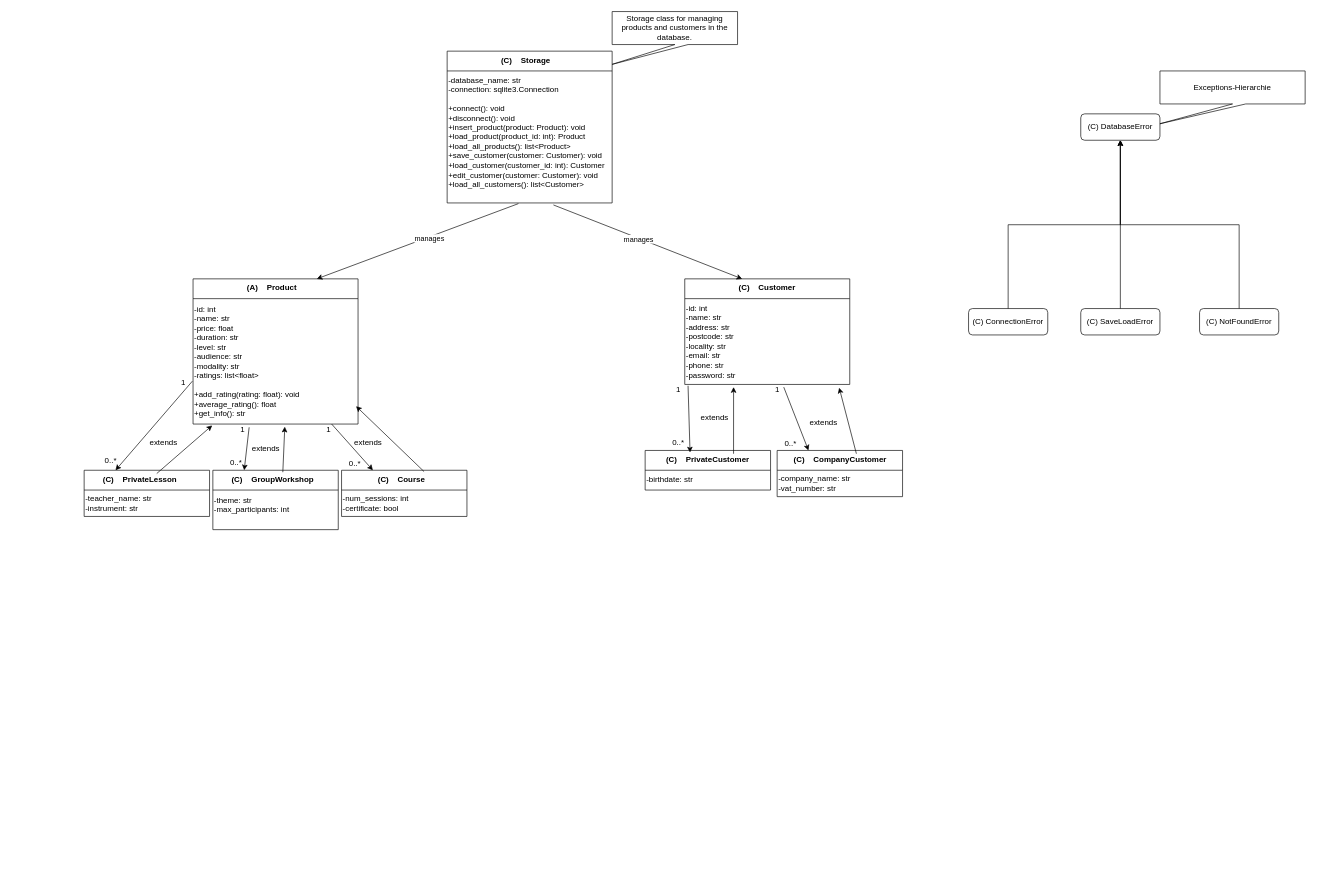
Before: 04_Objektorientierte_Programmierung_Fundamentals/diagrams/Lasave_KMS+_04_LE_03_02_liliwelt_UML.drawio in liliana-lasave/Liliana-Lasave-Codes, a draw.io diagram. Source tidied: cells renumbered, new cells numbered last; positions are measured from the earlier drawing's top-left corner, leaving out a move shared by most shapes. Both pictures are drawn from the tidied source at 66%, with x=0, y=0 at pixel (84, 11).
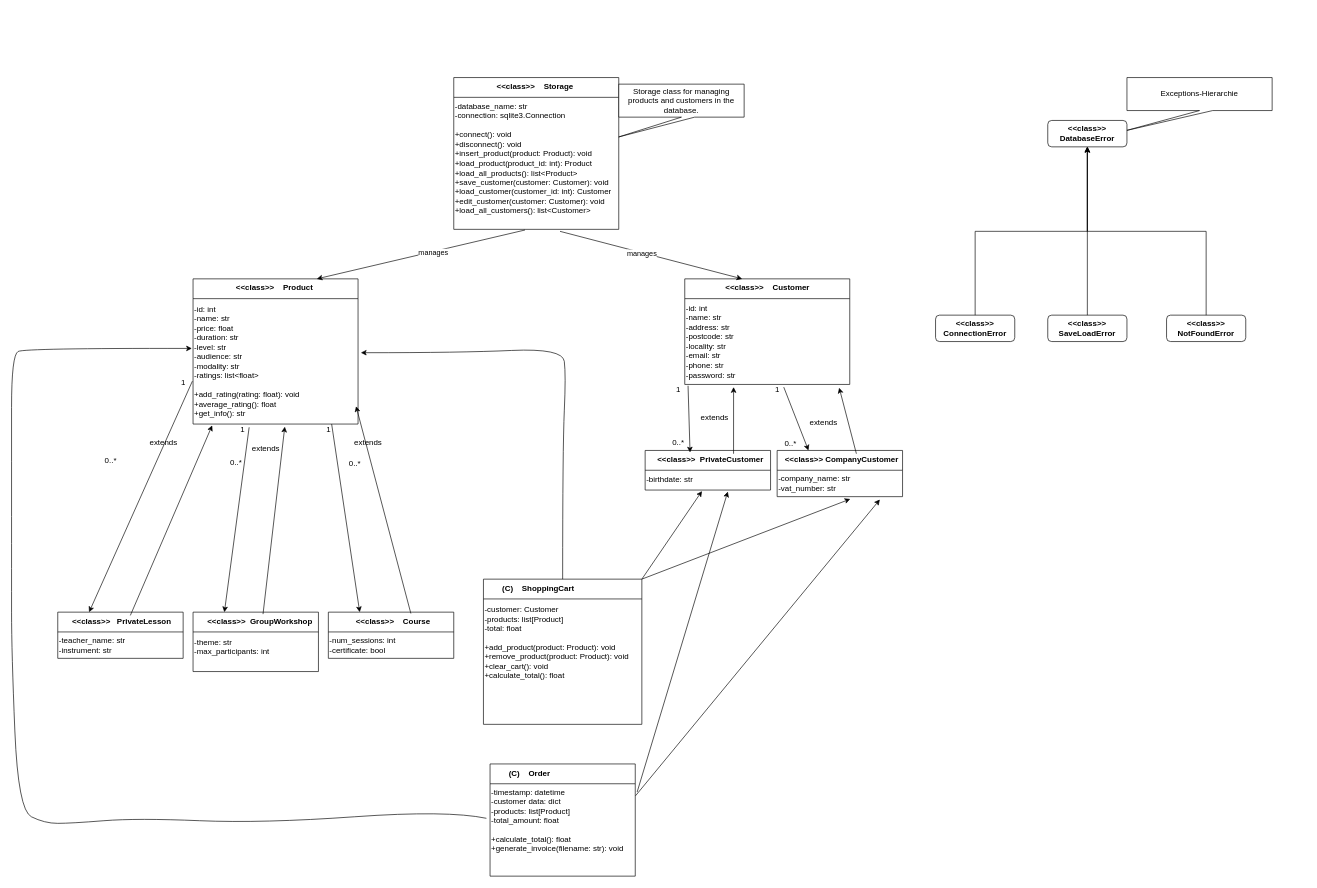
Above is the later version.

Commit message (it also covers changes not shown here):
Implement full OOP structure for my  online-shop: customer management, product hierarchy, shopping cart and order system

The change refers to these unchanged cells:
```xml
<mxCell id="12" value="&lt;div&gt;&lt;div&gt;-id: int&lt;/div&gt;&lt;div&gt;-name: str&lt;/div&gt;&lt;div&gt;-price: float&lt;/div&gt;&lt;div&gt;-duration: str&lt;/div&gt;&lt;div&gt;-level: str&lt;/div&gt;&lt;div&gt;-audience: str&lt;/div&gt;&lt;div&gt;-modality: str&lt;/div&gt;&lt;div&gt;-ratings: list&amp;lt;float&amp;gt;&lt;/div&gt;&lt;div&gt;&lt;br&gt;&lt;/div&gt;&lt;div&gt;+add_rating(rating: float): void&lt;/div&gt;&lt;div&gt;+average_rating(): float&lt;/div&gt;&lt;div&gt;+get_info(): str&lt;/div&gt;&lt;/div&gt;" style="text;html=1;align=left;verticalAlign=middle;points=[];strokeColor=none;fillColor=none;" parent="11" vertex="1">
  <mxGeometry y="30" width="250" height="190" as="geometry" />
</mxCell>
<mxCell id="22" value="&lt;div&gt;-birthdate: str&lt;/div&gt;" style="text;html=1;align=left;verticalAlign=middle;points=[];strokeColor=none;fillColor=none;" parent="21" vertex="1">
  <mxGeometry y="30" width="190" height="30" as="geometry" />
</mxCell>
<mxCell id="24" value="&lt;div&gt;&lt;div&gt;-company_name: str&lt;/div&gt;&lt;div&gt;-vat_number: str&lt;/div&gt;&lt;/div&gt;" style="text;html=1;align=left;verticalAlign=middle;points=[];strokeColor=none;fillColor=none;" parent="23" vertex="1">
  <mxGeometry y="30" width="190" height="40" as="geometry" />
</mxCell>
```

What changed in the source:
```diff
@@
-    <mxCell id="2" value="                        (C)    Storage" style="swimlane;align=left;verticalAlign=top;horizontal=1;startSize=30;whiteSpace=wrap;" parent="1" vertex="1">
-      <mxGeometry x="550" y="60" width="250" height="230" as="geometry" />
+    <mxCell id="2" value="                   &lt;&lt;class&gt;&gt;    Storage" style="swimlane;align=left;verticalAlign=top;horizontal=1;startSize=30;whiteSpace=wrap;" parent="1" vertex="1">
+      <mxGeometry x="560" y="100" width="250" height="230" as="geometry" />
     </mxCell>
@@
-    <mxCell id="4" value="(C) DatabaseError" style="rounded=1;whiteSpace=wrap;html=1;" parent="1" vertex="1">
-      <mxGeometry x="1510" y="155" width="120" height="40" as="geometry" />
+    <mxCell id="4" value="&lt;b&gt;&amp;lt;&amp;lt;class&amp;gt;&amp;gt; DatabaseError&lt;/b&gt;" style="rounded=1;whiteSpace=wrap;html=1;" parent="1" vertex="1">
+      <mxGeometry x="1460" y="165" width="120" height="40" as="geometry" />
     </mxCell>
-    <mxCell id="5" value="(C) ConnectionError" style="rounded=1;whiteSpace=wrap;html=1;" parent="1" vertex="1">
-      <mxGeometry x="1340" y="450" width="120" height="40" as="geometry" />
+    <mxCell id="5" value="&lt;b&gt;&amp;lt;&amp;lt;class&amp;gt;&amp;gt; ConnectionError&lt;/b&gt;" style="rounded=1;whiteSpace=wrap;html=1;" parent="1" vertex="1">
+      <mxGeometry x="1290" y="460" width="120" height="40" as="geometry" />
     </mxCell>
-    <mxCell id="6" value="(C) SaveLoadError" style="rounded=1;whiteSpace=wrap;html=1;" parent="1" vertex="1">
-      <mxGeometry x="1510" y="450" width="120" height="40" as="geometry" />
+    <mxCell id="6" value="&lt;b&gt;&amp;lt;&amp;lt;class&amp;gt;&amp;gt;&lt;/b&gt;&lt;div&gt;&lt;b&gt;SaveLoadError&lt;/b&gt;&lt;/div&gt;" style="rounded=1;whiteSpace=wrap;html=1;" parent="1" vertex="1">
+      <mxGeometry x="1460" y="460" width="120" height="40" as="geometry" />
     </mxCell>
-    <mxCell id="7" value="(C) NotFoundError" style="rounded=1;whiteSpace=wrap;html=1;" parent="1" vertex="1">
-      <mxGeometry x="1690" y="450" width="120" height="40" as="geometry" />
+    <mxCell id="7" value="&lt;b&gt;&amp;lt;&amp;lt;class&amp;gt;&amp;gt;&lt;/b&gt;&lt;div&gt;&lt;b&gt;NotFoundError&lt;/b&gt;&lt;/div&gt;" style="rounded=1;whiteSpace=wrap;html=1;" parent="1" vertex="1">
+      <mxGeometry x="1640" y="460" width="120" height="40" as="geometry" />
     </mxCell>
     <mxCell id="8" style="edgeStyle=orthogonalEdgeStyle;rounded=0;jettySize=auto;html=1;exitX=0.5;exitY=0;exitDx=0;exitDy=0;entryX=0.5;entryY=1;entryDx=0;entryDy=0;" parent="1" edge="1" source="5" target="4">
       <mxGeometry relative="1" as="geometry">
         <Array as="points">
-          <mxPoint x="1400" y="323" />
-          <mxPoint x="1570" y="323" />
+          <mxPoint x="1350" y="333" />
+          <mxPoint x="1520" y="333" />
         </Array>
       </mxGeometry>
     </mxCell>
@@
     <mxCell id="10" style="edgeStyle=orthogonalEdgeStyle;rounded=0;jettySize=auto;html=1;exitX=0.5;exitY=0;exitDx=0;exitDy=0;entryX=0.5;entryY=1;entryDx=0;entryDy=0;" parent="1" edge="1" source="7" target="4">
       <mxGeometry relative="1" as="geometry">
         <Array as="points">
-          <mxPoint x="1750" y="323" />
-          <mxPoint x="1570" y="323" />
-          <mxPoint x="1570" y="195" />
+          <mxPoint x="1700" y="333" />
+          <mxPoint x="1520" y="333" />
+          <mxPoint x="1520" y="205" />
         </Array>
       </mxGeometry>
     </mxCell>
-    <mxCell id="11" value="                        (A)    Product" style="swimlane;align=left;verticalAlign=top;horizontal=1;startSize=30;whiteSpace=wrap;" parent="1" vertex="1">
+    <mxCell id="11" value="                   &lt;&lt;class&gt;&gt;    Product" style="swimlane;align=left;verticalAlign=top;horizontal=1;startSize=30;whiteSpace=wrap;" parent="1" vertex="1">
       <mxGeometry x="165" y="405" width="250" height="220" as="geometry" />
     </mxCell>
@@
-    <mxCell id="13" value="        (C)    PrivateLesson" style="swimlane;align=left;verticalAlign=top;horizontal=1;startSize=30;whiteSpace=wrap;" parent="1" vertex="1">
-      <mxGeometry y="695" width="190" height="70" as="geometry" />
+    <mxCell id="13" value="      &lt;&lt;class&gt;&gt;   PrivateLesson" style="swimlane;align=left;verticalAlign=top;horizontal=1;startSize=30;whiteSpace=wrap;" parent="1" vertex="1">
+      <mxGeometry x="-40" y="910" width="190" height="70" as="geometry" />
     </mxCell>
@@
-    <mxCell id="15" value="        (C)    GroupWorkshop" style="swimlane;align=left;verticalAlign=top;horizontal=1;startSize=30;whiteSpace=wrap;" parent="1" vertex="1">
-      <mxGeometry x="195" y="695" width="190" height="90" as="geometry" />
+    <mxCell id="15" value="      &lt;&lt;class&gt;&gt;  GroupWorkshop" style="swimlane;align=left;verticalAlign=top;horizontal=1;startSize=30;whiteSpace=wrap;" parent="1" vertex="1">
+      <mxGeometry x="165" y="910" width="190" height="90" as="geometry" />
     </mxCell>
@@
-    <mxCell id="17" value="                (C)    Course" style="swimlane;align=left;verticalAlign=top;horizontal=1;startSize=30;whiteSpace=wrap;" parent="1" vertex="1">
-      <mxGeometry x="390" y="695" width="190" height="70" as="geometry" />
+    <mxCell id="17" value="            &lt;&lt;class&gt;&gt;    Course" style="swimlane;align=left;verticalAlign=top;horizontal=1;startSize=30;whiteSpace=wrap;" parent="1" vertex="1">
+      <mxGeometry x="370" y="910" width="190" height="70" as="geometry" />
     </mxCell>
@@
-    <mxCell id="19" value="                        (C)    Customer" style="swimlane;align=left;verticalAlign=top;horizontal=1;startSize=30;whiteSpace=wrap;" parent="1" vertex="1">
+    <mxCell id="19" value="                  &lt;&lt;class&gt;&gt;    Customer" style="swimlane;align=left;verticalAlign=top;horizontal=1;startSize=30;whiteSpace=wrap;" parent="1" vertex="1">
       <mxGeometry x="910" y="405" width="250" height="160" as="geometry" />
     </mxCell>
@@
-    <mxCell id="21" value="         (C)    PrivateCustomer" style="swimlane;align=left;verticalAlign=top;horizontal=1;startSize=30;whiteSpace=wrap;" parent="1" vertex="1">
+    <mxCell id="21" value="     &lt;&lt;class&gt;&gt;  PrivateCustomer" style="swimlane;align=left;verticalAlign=top;horizontal=1;startSize=30;whiteSpace=wrap;" parent="1" vertex="1">
       <mxGeometry x="850" y="665" width="190" height="60" as="geometry" />
     </mxCell>
@@
-    <mxCell id="23" value="       (C)    CompanyCustomer" style="swimlane;align=left;verticalAlign=top;horizontal=1;startSize=30;whiteSpace=wrap;" parent="1" vertex="1">
+    <mxCell id="23" value="   &lt;&lt;class&gt;&gt; CompanyCustomer" style="swimlane;align=left;verticalAlign=top;horizontal=1;startSize=30;whiteSpace=wrap;" parent="1" vertex="1">
       <mxGeometry x="1050" y="665" width="190" height="70" as="geometry" />
     </mxCell>
@@
     <mxCell id="25" value="Storage class for managing products and customers in the database." style="shape=callout;whiteSpace=wrap;html=1;perimeter=calloutPerimeter;position2=0;" parent="1" vertex="1">
-      <mxGeometry x="800" width="190" height="80" as="geometry" />
+      <mxGeometry x="810" y="110" width="190" height="80" as="geometry" />
     </mxCell>
@@
     <mxCell id="55" value="Exceptions-Hierarchie" style="shape=callout;whiteSpace=wrap;html=1;perimeter=calloutPerimeter;position2=0;" parent="1" vertex="1">
-      <mxGeometry x="1630" y="90" width="220" height="80" as="geometry" />
+      <mxGeometry x="1580" y="100" width="220" height="80" as="geometry" />
     </mxCell>
+    <mxCell id="56" value="        (C)    ShoppingCart" style="swimlane;align=left;verticalAlign=top;horizontal=1;startSize=30;whiteSpace=wrap;" parent="1" vertex="1">
+      <mxGeometry x="605" y="860" width="240" height="220" as="geometry" />
+    </mxCell>
+    <mxCell id="57" value="&lt;div&gt;&lt;div&gt;-customer: Customer&lt;/div&gt;&lt;div&gt;-products: list[Product]&lt;/div&gt;&lt;/div&gt;&lt;div&gt;-total: float&lt;/div&gt;&lt;div&gt;&lt;br&gt;&lt;/div&gt;&lt;div&gt;+add_product(product: Product): void&lt;/div&gt;&lt;div&gt;+remove_product(product: Product): void&lt;/div&gt;&lt;div&gt;+clear_cart(): void&lt;/div&gt;&lt;div&gt;+calculate_total(): float&lt;/div&gt;&lt;div&gt;&lt;br&gt;&lt;/div&gt;&lt;div&gt;&lt;br&gt;&lt;/div&gt;&lt;div&gt;&lt;br&gt;&lt;/div&gt;&lt;div&gt;&lt;br&gt;&lt;/div&gt;" style="text;html=1;align=left;verticalAlign=middle;strokeColor=none;fillColor=none;" parent="56" vertex="1">
+      <mxGeometry y="30" width="240" height="190" as="geometry" />
+    </mxCell>
+    <mxCell id="58" value="        (C)    Order" style="swimlane;align=left;verticalAlign=top;horizontal=1;startSize=30;whiteSpace=wrap;" parent="1" vertex="1">
+      <mxGeometry x="615" y="1140" width="220" height="170" as="geometry" />
+    </mxCell>
+    <mxCell id="59" value="&lt;div&gt;&lt;div&gt;-timestamp: datetime&lt;/div&gt;&lt;div&gt;-customer data: dict&lt;/div&gt;&lt;/div&gt;&lt;div&gt;-products: list[Product]&lt;/div&gt;&lt;div&gt;-total_amount: float&lt;/div&gt;&lt;div&gt;&lt;br&gt;&lt;/div&gt;&lt;div&gt;+calculate_total(): float&lt;/div&gt;&lt;div&gt;+generate_invoice(filename: str): void&lt;/div&gt;&lt;div&gt;&lt;br&gt;&lt;/div&gt;&lt;div&gt;&lt;br&gt;&lt;/div&gt;" style="text;html=1;align=left;verticalAlign=middle;points=[];strokeColor=none;fillColor=none;" parent="58" vertex="1">
+      <mxGeometry y="30" width="220" height="140" as="geometry" />
+    </mxCell>
+    <mxCell id="60" style="endArrow=classic;html=1;rounded=0;exitX=1;exitY=0;exitDx=0;exitDy=0;entryX=0.453;entryY=1.053;entryDx=0;entryDy=0;entryPerimeter=0;" parent="1" edge="1" source="56" target="22">
+      <mxGeometry relative="1" as="geometry" />
+    </mxCell>
+    <mxCell id="61" style="endArrow=classic;html=1;rounded=0;exitX=1;exitY=0;exitDx=0;exitDy=0;entryX=0.583;entryY=1.09;entryDx=0;entryDy=0;entryPerimeter=0;" parent="1" edge="1" source="56" target="24">
+      <mxGeometry relative="1" as="geometry" />
+    </mxCell>
+    <mxCell id="62" style="endArrow=classic;html=1;rounded=0;exitX=1.013;exitY=0.09;exitDx=0;exitDy=0;exitPerimeter=0;entryX=0.659;entryY=1.08;entryDx=0;entryDy=0;entryPerimeter=0;" parent="1" edge="1" source="59" target="22">
+      <mxGeometry relative="1" as="geometry" />
+    </mxCell>
+    <mxCell id="63" style="endArrow=classic;html=1;rounded=0;exitX=1.002;exitY=0.13;exitDx=0;exitDy=0;exitPerimeter=0;entryX=0.819;entryY=1.11;entryDx=0;entryDy=0;entryPerimeter=0;" parent="1" edge="1" source="59" target="24">
+      <mxGeometry relative="1" as="geometry" />
+    </mxCell>
+    <mxCell id="64" style="curved=1;endArrow=classic;html=1;rounded=0;exitX=0.5;exitY=0;exitDx=0;exitDy=0;entryX=1.017;entryY=0.431;entryDx=0;entryDy=0;entryPerimeter=0;" parent="1" edge="1" source="56" target="12">
+      <mxGeometry relative="1" as="geometry">
+        <Array as="points">
+          <mxPoint x="725" y="660" />
+          <mxPoint x="730" y="550" />
+          <mxPoint x="725" y="510" />
+          <mxPoint x="570" y="517" />
+        </Array>
+      </mxGeometry>
+    </mxCell>
+    <mxCell id="65" style="curved=1;endArrow=classic;html=1;rounded=0;exitX=-0.025;exitY=0.374;exitDx=0;exitDy=0;exitPerimeter=0;entryX=-0.007;entryY=0.397;entryDx=0;entryDy=0;entryPerimeter=0;" parent="1" edge="1" source="59" target="12">
+      <mxGeometry relative="1" as="geometry">
+        <Array as="points">
+          <mxPoint x="550" y="1210" />
+          <mxPoint x="270" y="1230" />
+          <mxPoint x="80" y="1222" />
+          <mxPoint x="-20" y="1230" />
+          <mxPoint x="-60" y="1230" />
+          <mxPoint x="-100" y="1210" />
+          <mxPoint x="-110" y="970" />
+          <mxPoint x="-110" y="850" />
+          <mxPoint x="-110" y="680" />
+          <mxPoint x="-110" y="520" />
+          <mxPoint x="-90" y="510" />
+        </Array>
+      </mxGeometry>
+    </mxCell>
```
